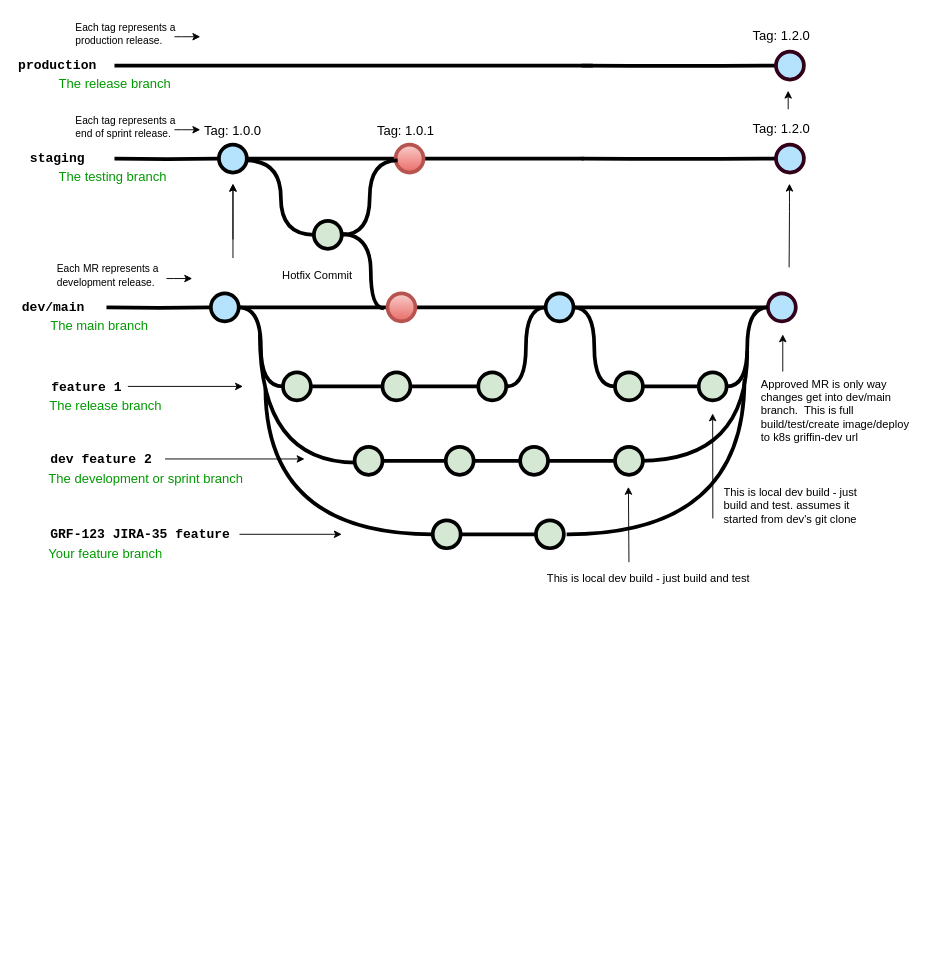
mccart/web-server keeps this draw.io diagram as Untitled Diagram.drawio. Above is the earlier version. Source tidied: cells renumbered, new cells numbered last; positions are measured from the earlier drawing's top-left corner, leaving out a move shared by most shapes. Both pictures are drawn from the tidied source at 93%, with x=0, y=0 at pixel (16, 16).
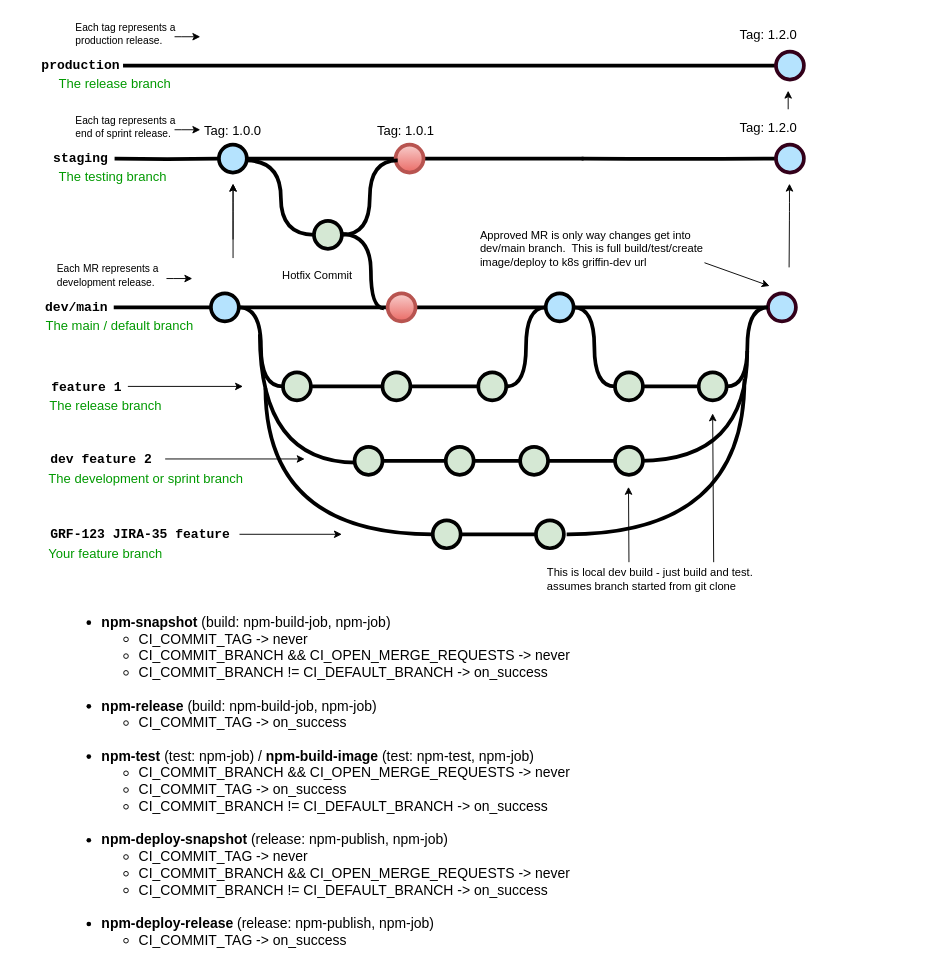
Above is the later version.

The change refers to these unchanged cells:
```xml
<mxCell id="3" style="verticalLabelPosition=bottom;verticalAlign=top;html=1;strokeWidth=4;shape=mxgraph.flowchart.on-page_reference;plain-blue;gradientColor=none;strokeColor=#33001A;fillColor=#B5E3FE;" parent="1" vertex="1">
  <mxGeometry x="816.9" y="38" width="30" height="30" as="geometry" />
</mxCell>
<mxCell id="41" value="GRF-123 JIRA-35 feature" style="text;html=1;strokeColor=none;fillColor=none;align=left;verticalAlign=middle;whiteSpace=wrap;overflow=hidden;fontSize=14;fontStyle=1;fontFamily=Courier New;" parent="1" vertex="1">
  <mxGeometry x="34.5" y="547" width="205.5" height="20" as="geometry" />
</mxCell>
<mxCell id="58" value="&lt;span style=&quot;text-align: center ; font-size: 11px&quot;&gt;Each MR represents a development release.&lt;/span&gt;" style="text;html=1;strokeColor=none;fillColor=none;align=left;verticalAlign=middle;whiteSpace=wrap;overflow=hidden;fontSize=11;fontStyle=0;fontColor=#000000;" parent="1" vertex="1">
  <mxGeometry x="41.5" y="260" width="120" height="38" as="geometry" />
</mxCell>
<mxCell id="64" style="verticalLabelPosition=bottom;verticalAlign=top;html=1;strokeWidth=4;shape=mxgraph.flowchart.on-page_reference;plain-blue;gradientColor=none;fillColor=#B5E3Fe;strokeColor=#000000;" parent="1" vertex="1">
  <mxGeometry x="217.9" y="138" width="30" height="30" as="geometry" />
</mxCell>
<mxCell id="70" value="Tag: 1.0.0" style="text;html=1;strokeColor=none;fillColor=none;align=center;verticalAlign=middle;whiteSpace=wrap;overflow=hidden;fontSize=14;" parent="1" vertex="1">
  <mxGeometry x="197.9" y="112" width="70" height="20" as="geometry" />
</mxCell>
<mxCell id="75" style="verticalLabelPosition=bottom;verticalAlign=top;html=1;strokeWidth=4;shape=mxgraph.flowchart.on-page_reference;plain-blue;gradientColor=#EA6B66;strokeColor=#B85450;fillColor=#F8CECC;" parent="1" vertex="1">
  <mxGeometry x="407.9" y="138" width="30" height="30" as="geometry" />
</mxCell>
```

What changed in the source:
```diff
@@
     <mxCell id="2" style="edgeStyle=orthogonalEdgeStyle;curved=1;rounded=0;jettySize=auto;html=1;endArrow=none;endFill=0;strokeWidth=4;entryX=0;entryY=0.5;entryDx=0;entryDy=0;entryPerimeter=0;" parent="1" edge="1" target="3">
       <mxGeometry relative="1" as="geometry">
-        <mxPoint x="607.9" y="53" as="sourcePoint" />
+        <mxPoint x="114.8" y="53" as="sourcePoint" />
       </mxGeometry>
     </mxCell>
@@
-    <mxCell id="4" style="edgeStyle=orthogonalEdgeStyle;rounded=0;html=1;jettySize=auto;orthogonalLoop=1;strokeWidth=4;endArrow=none;endFill=0;" parent="1" edge="1">
-      <mxGeometry x="177.9" y="93" as="geometry">
-        <mxPoint x="105.6" y="53" as="sourcePoint" />
-        <mxPoint x="620" y="53" as="targetPoint" />
-      </mxGeometry>
-    </mxCell>
     <mxCell id="5" value="production" style="text;html=1;strokeColor=none;fillColor=none;align=center;verticalAlign=middle;whiteSpace=wrap;overflow=hidden;fontSize=14;fontStyle=1;fontFamily=Courier New;" parent="1" vertex="1">
-      <mxGeometry y="32" width="88.6" height="42" as="geometry" />
+      <mxGeometry x="24.8" y="32" width="88.6" height="42" as="geometry" />
     </mxCell>
@@
     <mxCell id="7" value="Tag: 1.2.0" style="text;html=1;strokeColor=none;fillColor=none;align=center;verticalAlign=middle;whiteSpace=wrap;overflow=hidden;fontSize=14;" parent="1" vertex="1">
-      <mxGeometry x="767.9" y="10" width="110" height="20" as="geometry" />
+      <mxGeometry x="763.8" y="9" width="90" height="20" as="geometry" />
     </mxCell>
     <mxCell id="8" style="edgeStyle=orthogonalEdgeStyle;rounded=0;orthogonalLoop=1;jettySize=auto;html=1;fontSize=12;fontColor=#000000;entryX=0;entryY=0.5;entryDx=0;entryDy=0;" parent="1" edge="1">
       <mxGeometry relative="1" as="geometry">
-        <mxPoint x="170.1" y="22" as="sourcePoint" />
+        <mxPoint x="170.2" y="22" as="sourcePoint" />
         <mxPoint x="197.9" y="22" as="targetPoint" />
         <Array as="points">
           <mxPoint x="177.9" y="22" />
           <mxPoint x="177.9" y="22" />
         </Array>
       </mxGeometry>
     </mxCell>
@@
     <mxCell id="11" style="edgeStyle=orthogonalEdgeStyle;rounded=0;html=1;jettySize=auto;plain-blue;endArrow=none;endFill=0;strokeWidth=4;strokeColor=#000000;entryX=0;entryY=0.5;entryDx=0;entryDy=0;entryPerimeter=0;" parent="1" edge="1" source="13" target="62">
-      <mxGeometry x="269.2" y="353" as="geometry" />
+      <mxGeometry x="224.5" y="353" as="geometry" />
     </mxCell>
@@
     <mxCell id="13" style="verticalLabelPosition=bottom;verticalAlign=top;html=1;strokeWidth=4;shape=mxgraph.flowchart.on-page_reference;plain-blue;gradientColor=none;fillColor=#B5E3Fe;strokeColor=#000000;" parent="1" vertex="1">
-      <mxGeometry x="209.2" y="298" width="30" height="30" as="geometry" />
+      <mxGeometry x="209.3" y="298" width="30" height="30" as="geometry" />
     </mxCell>
@@
     <mxCell id="16" style="verticalLabelPosition=bottom;verticalAlign=top;html=1;strokeWidth=4;shape=mxgraph.flowchart.on-page_reference;plain-blue;gradientColor=none;strokeColor=#000000;fillColor=#B5E3FE;" parent="1" vertex="1">
-      <mxGeometry x="569.2" y="298" width="30" height="30" as="geometry" />
+      <mxGeometry x="569.3" y="298" width="30" height="30" as="geometry" />
     </mxCell>
     <mxCell id="17" style="verticalLabelPosition=bottom;verticalAlign=top;html=1;strokeWidth=4;shape=mxgraph.flowchart.on-page_reference;plain-blue;gradientColor=none;strokeColor=#33001A;fillColor=#B5E3FE;" parent="1" vertex="1">
-      <mxGeometry x="808.2" y="298" width="30" height="30" as="geometry" />
+      <mxGeometry x="808.3" y="298" width="30" height="30" as="geometry" />
     </mxCell>
-    <mxCell id="18" style="edgeStyle=orthogonalEdgeStyle;rounded=0;html=1;jettySize=auto;strokeWidth=4;endArrow=none;endFill=0;" parent="1" edge="1" target="13">
-      <mxGeometry x="169.2" y="353" as="geometry">
-        <mxPoint x="97" y="313" as="sourcePoint" />
-      </mxGeometry>
+    <mxCell id="18" style="edgeStyle=orthogonalEdgeStyle;rounded=0;html=1;jettySize=auto;strokeWidth=4;endArrow=none;endFill=0;exitX=1;exitY=0.5;exitDx=0;exitDy=0;" parent="1" edge="1" source="19" target="13">
+      <mxGeometry x="124.5" y="353" as="geometry" />
     </mxCell>
     <mxCell id="19" value="dev/main" style="text;html=1;strokeColor=none;fillColor=none;align=center;verticalAlign=middle;whiteSpace=wrap;overflow=hidden;fontSize=14;fontStyle=1;fontFamily=Courier New;" parent="1" vertex="1">
-      <mxGeometry y="292" width="80" height="42" as="geometry" />
+      <mxGeometry x="24.8" y="292" width="80" height="42" as="geometry" />
     </mxCell>
@@
     <mxCell id="28" style="edgeStyle=orthogonalEdgeStyle;rounded=0;orthogonalLoop=1;jettySize=auto;html=1;endArrow=none;endFill=0;strokeWidth=4;curved=1;" parent="1" edge="1">
       <mxGeometry relative="1" as="geometry">
-        <mxPoint x="365.6" y="480" as="sourcePoint" />
+        <mxPoint x="365.7" y="480" as="sourcePoint" />
         <mxPoint x="261.9" y="342" as="targetPoint" />
         <Array as="points">
           <mxPoint x="261.9" y="480" />
         </Array>
       </mxGeometry>
     </mxCell>
@@
-    <mxCell id="45" value="The main branch&lt;br&gt;" style="text;html=1;strokeColor=none;fillColor=none;align=left;verticalAlign=middle;whiteSpace=wrap;overflow=hidden;fontSize=14;fontStyle=0;fontColor=#009900;" parent="1" vertex="1">
-      <mxGeometry x="35.2" y="322" width="146.8" height="20" as="geometry" />
+    <mxCell id="45" value="The main / default branch" style="text;html=1;strokeColor=none;fillColor=none;align=left;verticalAlign=middle;whiteSpace=wrap;overflow=hidden;fontSize=14;fontStyle=0;fontColor=#009900;" parent="1" vertex="1">
+      <mxGeometry x="29.8" y="322" width="179.5" height="20" as="geometry" />
     </mxCell>
     <mxCell id="46" style="endArrow=classic;html=1;strokeWidth=1;fontFamily=Courier New;fontColor=#009900;exitX=1;exitY=0.5;exitDx=0;exitDy=0;" parent="1" edge="1" source="41">
       <mxGeometry relative="1" as="geometry">
-        <mxPoint x="350" y="557" as="targetPoint" />
+        <mxPoint x="350.1" y="557" as="targetPoint" />
       </mxGeometry>
     </mxCell>
     <mxCell id="47" style="endArrow=classic;html=1;strokeWidth=1;fontFamily=Courier New;fontColor=#009900;" parent="1" edge="1">
       <mxGeometry relative="1" as="geometry">
-        <mxPoint x="160" y="476" as="sourcePoint" />
-        <mxPoint x="310" y="476" as="targetPoint" />
+        <mxPoint x="160.1" y="476" as="sourcePoint" />
+        <mxPoint x="310.1" y="476" as="targetPoint" />
       </mxGeometry>
     </mxCell>
@@
     <mxCell id="53" style="endArrow=classic;html=1;strokeWidth=1;fontFamily=Courier New;fontColor=#009900;exitX=0.5;exitY=0;exitDx=0;exitDy=0;" parent="1" edge="1">
       <mxGeometry relative="1" as="geometry">
         <mxPoint x="658.8" y="587" as="sourcePoint" />
-        <mxPoint x="658.2" y="506" as="targetPoint" />
+        <mxPoint x="658.3" y="506" as="targetPoint" />
       </mxGeometry>
     </mxCell>
-    <mxCell id="54" style="endArrow=classic;html=1;strokeWidth=1;fontFamily=Courier New;fontColor=#009900;" parent="1" edge="1">
+    <mxCell id="54" style="endArrow=classic;html=1;strokeWidth=1;fontFamily=Courier New;fontColor=#009900;exitX=0.75;exitY=0;exitDx=0;exitDy=0;" parent="1" edge="1" source="56">
       <mxGeometry relative="1" as="geometry">
-        <mxPoint x="749" y="540" as="sourcePoint" />
         <mxPoint x="748.8" y="427" as="targetPoint" />
       </mxGeometry>
     </mxCell>
-    <mxCell id="55" value="&lt;span style=&quot;text-align: center&quot;&gt;This is local dev build - just build and test. assumes it started from dev's git clone&lt;br&gt;&lt;/span&gt;" style="text;html=1;strokeColor=none;fillColor=none;align=left;verticalAlign=middle;whiteSpace=wrap;overflow=hidden;fontSize=12;fontStyle=0;fontColor=#000000;" parent="1" vertex="1">
-      <mxGeometry x="759.2" y="493" width="163.2" height="66" as="geometry" />
-    </mxCell>
-    <mxCell id="56" value="&lt;span style=&quot;text-align: center&quot;&gt;This is local dev build - just build and test&lt;/span&gt;" style="text;html=1;strokeColor=none;fillColor=none;align=left;verticalAlign=middle;whiteSpace=wrap;overflow=hidden;fontSize=12;fontStyle=0;fontColor=#000000;" parent="1" vertex="1">
-      <mxGeometry x="569.2" y="587" width="418.2" height="36" as="geometry" />
+    <mxCell id="56" value="&lt;span style=&quot;text-align: center&quot;&gt;This is local dev build - just build and test.&amp;nbsp; assumes branch started from git clone&lt;/span&gt;" style="text;html=1;strokeColor=none;fillColor=none;align=left;verticalAlign=middle;whiteSpace=wrap;overflow=hidden;fontSize=12;fontStyle=0;fontColor=#000000;" parent="1" vertex="1">
+      <mxGeometry x="569.3" y="587" width="240.8" height="36" as="geometry" />
     </mxCell>
     <mxCell id="57" style="edgeStyle=orthogonalEdgeStyle;rounded=0;jettySize=auto;html=1;fontSize=12;fontColor=#000000;entryX=0;entryY=0.5;entryDx=0;entryDy=0;" parent="1" edge="1" source="58">
       <mxGeometry relative="1" as="geometry">
-        <mxPoint x="189.2" y="282" as="targetPoint" />
+        <mxPoint x="189.3" y="282" as="targetPoint" />
         <Array as="points">
-          <mxPoint x="169.2" y="282" />
-          <mxPoint x="169.2" y="282" />
+          <mxPoint x="169.3" y="282" />
+          <mxPoint x="169.3" y="282" />
         </Array>
       </mxGeometry>
     </mxCell>
@@
-    <mxCell id="59" style="endArrow=classic;html=1;strokeWidth=1;fontFamily=Courier New;fontColor=#009900;" parent="1" edge="1">
-      <mxGeometry relative="1" as="geometry">
-        <mxPoint x="824.2" y="382" as="sourcePoint" />
-        <mxPoint x="824.2" y="342" as="targetPoint" />
-      </mxGeometry>
-    </mxCell>
     <mxCell id="60" value="&lt;span style=&quot;text-align: center&quot;&gt;Approved MR is only way changes get into dev/main branch.&amp;nbsp; This is full build/test/create image/deploy to k8s griffin-dev url&lt;br&gt;&lt;/span&gt;" style="text;html=1;strokeColor=none;fillColor=none;align=left;verticalAlign=middle;whiteSpace=wrap;overflow=hidden;fontSize=12;fontStyle=0;fontColor=#000000;" parent="1" vertex="1">
-      <mxGeometry x="799.2" y="383" width="167.8" height="81" as="geometry" />
+      <mxGeometry x="496.8" y="220" width="243.2" height="60" as="geometry" />
     </mxCell>
@@
     <mxCell id="62" style="verticalLabelPosition=bottom;verticalAlign=top;html=1;strokeWidth=4;shape=mxgraph.flowchart.on-page_reference;plain-blue;gradientColor=#EA6B66;strokeColor=#B85450;fillColor=#F8CECC;" parent="1" vertex="1">
-      <mxGeometry x="399.2" y="298" width="30" height="30" as="geometry" />
+      <mxGeometry x="399.3" y="298" width="30" height="30" as="geometry" />
     </mxCell>
     <mxCell id="63" style="edgeStyle=orthogonalEdgeStyle;rounded=0;html=1;jettySize=auto;plain-blue;endArrow=none;endFill=0;strokeWidth=4;strokeColor=#000000;entryX=0;entryY=0.5;entryDx=0;entryDy=0;entryPerimeter=0;" parent="1" edge="1" source="64" target="75">
-      <mxGeometry x="277.9" y="193" as="geometry" />
+      <mxGeometry x="233.1" y="193" as="geometry" />
     </mxCell>
@@
     <mxCell id="67" style="edgeStyle=orthogonalEdgeStyle;rounded=0;html=1;jettySize=auto;strokeWidth=4;endArrow=none;endFill=0;" parent="1" edge="1" target="64">
-      <mxGeometry x="177.9" y="193" as="geometry">
-        <mxPoint x="105.6" y="153" as="sourcePoint" />
+      <mxGeometry x="133.1" y="193" as="geometry">
+        <mxPoint x="105.7" y="153" as="sourcePoint" />
       </mxGeometry>
     </mxCell>
     <mxCell id="68" value="staging" style="text;html=1;strokeColor=none;fillColor=none;align=center;verticalAlign=middle;whiteSpace=wrap;overflow=hidden;fontSize=14;fontStyle=1;fontFamily=Courier New;" parent="1" vertex="1">
-      <mxGeometry y="132" width="88.6" height="42" as="geometry" />
+      <mxGeometry x="24.8" y="132" width="88.6" height="42" as="geometry" />
     </mxCell>
@@
     <mxCell id="71" value="Tag: 1.2.0" style="text;html=1;strokeColor=none;fillColor=none;align=center;verticalAlign=middle;whiteSpace=wrap;overflow=hidden;fontSize=14;" parent="1" vertex="1">
-      <mxGeometry x="767.9" y="110" width="110" height="20" as="geometry" />
+      <mxGeometry x="767.7" y="109" width="82.1" height="20" as="geometry" />
     </mxCell>
     <mxCell id="72" style="edgeStyle=orthogonalEdgeStyle;rounded=0;jettySize=auto;html=1;fontSize=12;fontColor=#000000;entryX=0;entryY=0.5;entryDx=0;entryDy=0;" parent="1" edge="1" target="70">
       <mxGeometry relative="1" as="geometry">
-        <mxPoint x="170.1" y="122" as="sourcePoint" />
+        <mxPoint x="170.2" y="122" as="sourcePoint" />
         <Array as="points">
           <mxPoint x="177.9" y="122" />
           <mxPoint x="177.9" y="122" />
         </Array>
       </mxGeometry>
     </mxCell>
@@
     <mxCell id="76" value="Tag: 1.0.1" style="text;html=1;strokeColor=none;fillColor=none;align=center;verticalAlign=middle;whiteSpace=wrap;overflow=hidden;fontSize=14;" parent="1" vertex="1">
-      <mxGeometry x="384.1" y="112" width="70" height="20" as="geometry" />
+      <mxGeometry x="384.2" y="112" width="70" height="20" as="geometry" />
     </mxCell>
     <mxCell id="77" style="endArrow=classic;html=1;" parent="1" edge="1">
       <mxGeometry relative="1" as="geometry">
-        <mxPoint x="233" y="240" as="sourcePoint" />
-        <mxPoint x="233" y="180" as="targetPoint" />
+        <mxPoint x="233.1" y="240" as="sourcePoint" />
+        <mxPoint x="233.1" y="180" as="targetPoint" />
       </mxGeometry>
     </mxCell>
     <mxCell id="78" style="endArrow=classic;html=1;" parent="1" edge="1">
       <mxGeometry relative="1" as="geometry">
-        <mxPoint x="233" y="260" as="sourcePoint" />
-        <mxPoint x="233" y="180" as="targetPoint" />
+        <mxPoint x="233.1" y="260" as="sourcePoint" />
+        <mxPoint x="233.1" y="180" as="targetPoint" />
         <Array as="points">
-          <mxPoint x="233" y="210" />
+          <mxPoint x="233.1" y="210" />
         </Array>
       </mxGeometry>
     </mxCell>
@@
     <mxCell id="81" style="verticalLabelPosition=bottom;verticalAlign=top;html=1;strokeWidth=4;shape=mxgraph.flowchart.on-page_reference;plain-purple;gradientColor=none;strokeColor=#000000;fillColor=#D5E8D4;" parent="1" vertex="1">
-      <mxGeometry x="320" y="220" width="30" height="30" as="geometry" />
+      <mxGeometry x="320.1" y="220" width="30" height="30" as="geometry" />
     </mxCell>
     <mxCell id="82" style="edgeStyle=orthogonalEdgeStyle;curved=1;rounded=0;html=1;exitX=1;exitY=0.5;exitPerimeter=0;endArrow=none;endFill=0;jettySize=auto;strokeWidth=4;fontSize=15;exitDx=0;exitDy=0;" parent="1" edge="1" source="81">
       <mxGeometry relative="1" as="geometry">
-        <mxPoint x="410" y="155" as="targetPoint" />
+        <mxPoint x="410.1" y="155" as="targetPoint" />
         <Array as="points">
-          <mxPoint x="380" y="235" />
-          <mxPoint x="380" y="155" />
+          <mxPoint x="380.1" y="235" />
+          <mxPoint x="380.1" y="155" />
         </Array>
       </mxGeometry>
     </mxCell>
     <mxCell id="83" style="edgeStyle=orthogonalEdgeStyle;rounded=0;orthogonalLoop=1;jettySize=auto;html=1;entryX=1;entryY=0.5;entryDx=0;entryDy=0;entryPerimeter=0;endArrow=none;endFill=0;strokeWidth=4;curved=1;" parent="1" edge="1">
       <mxGeometry relative="1" as="geometry">
-        <mxPoint x="395" y="314" as="sourcePoint" />
-        <mxPoint x="348" y="234" as="targetPoint" />
+        <mxPoint x="395.1" y="314" as="sourcePoint" />
+        <mxPoint x="348.1" y="234" as="targetPoint" />
         <Array as="points">
-          <mxPoint x="381.2" y="314" />
-          <mxPoint x="381.2" y="234" />
+          <mxPoint x="381.3" y="314" />
+          <mxPoint x="381.3" y="234" />
         </Array>
       </mxGeometry>
     </mxCell>
@@
+    <mxCell id="86" value="&lt;ul style=&quot;font-size: 15px&quot;&gt;&lt;li&gt;&lt;b&gt;npm-snapshot&amp;nbsp;&lt;/b&gt;(build: npm-build-job, npm-job)&lt;/li&gt;&lt;ul&gt;&lt;li&gt;CI_COMMIT_TAG -&amp;gt; never&lt;/li&gt;&lt;li&gt;CI_COMMIT_BRANCH &amp;amp;&amp;amp; CI_OPEN_MERGE_REQUESTS -&amp;gt; never&lt;/li&gt;&lt;li&gt;CI_COMMIT_BRANCH != CI_DEFAULT_BRANCH -&amp;gt; on_success&lt;br&gt;&lt;br&gt;&lt;/li&gt;&lt;/ul&gt;&lt;li&gt;&lt;b&gt;npm-release&amp;nbsp;&lt;/b&gt;(build: npm-build-job, npm-job)&lt;/li&gt;&lt;ul&gt;&lt;li&gt;CI_COMMIT_TAG -&amp;gt; on_success&lt;br&gt;&lt;br&gt;&lt;/li&gt;&lt;/ul&gt;&lt;li&gt;&lt;b&gt;npm-test &lt;/b&gt;(test: npm-job) /&lt;b&gt;&amp;nbsp;npm-build-image&lt;/b&gt; (test: npm-test, npm-job)&lt;/li&gt;&lt;ul&gt;&lt;li&gt;CI_COMMIT_BRANCH &amp;amp;&amp;amp; CI_OPEN_MERGE_REQUESTS -&amp;gt; never&lt;/li&gt;&lt;li&gt;CI_COMMIT_TAG -&amp;gt; on_success&lt;/li&gt;&lt;li&gt;CI_COMMIT_BRANCH != CI_DEFAULT_BRANCH -&amp;gt; on_success&lt;br&gt;&lt;br&gt;&lt;/li&gt;&lt;/ul&gt;&lt;li&gt;&lt;b&gt;npm-deploy-snapshot&lt;/b&gt; (release: npm-publish, npm-job)&lt;/li&gt;&lt;ul&gt;&lt;li&gt;CI_COMMIT_TAG -&amp;gt; never&lt;/li&gt;&lt;li&gt;CI_COMMIT_BRANCH &amp;amp;&amp;amp; CI_OPEN_MERGE_REQUESTS -&amp;gt; never&lt;/li&gt;&lt;li&gt;CI_COMMIT_BRANCH != CI_DEFAULT_BRANCH -&amp;gt; on_success&lt;br&gt;&lt;br&gt;&lt;/li&gt;&lt;/ul&gt;&lt;li&gt;&lt;b&gt;npm-deploy-release&amp;nbsp;&lt;/b&gt;(release: npm-publish, npm-job)&lt;/li&gt;&lt;ul&gt;&lt;li&gt;CI_COMMIT_TAG -&amp;gt; on_success&lt;br&gt;&lt;/li&gt;&lt;/ul&gt;&lt;/ul&gt;" style="text;strokeColor=none;fillColor=none;html=1;whiteSpace=wrap;verticalAlign=middle;overflow=hidden;" parent="1" vertex="1">
+      <mxGeometry x="49.8" y="623" width="585" height="397" as="geometry" />
+    </mxCell>
+    <mxCell id="59" style="endArrow=classic;html=1;strokeWidth=1;fontFamily=Courier New;fontColor=#009900;exitX=1;exitY=0.75;exitDx=0;exitDy=0;" parent="1" edge="1" source="60">
+      <mxGeometry relative="1" as="geometry">
+        <mxPoint x="810" y="290" as="targetPoint" />
+      </mxGeometry>
+    </mxCell>
```
